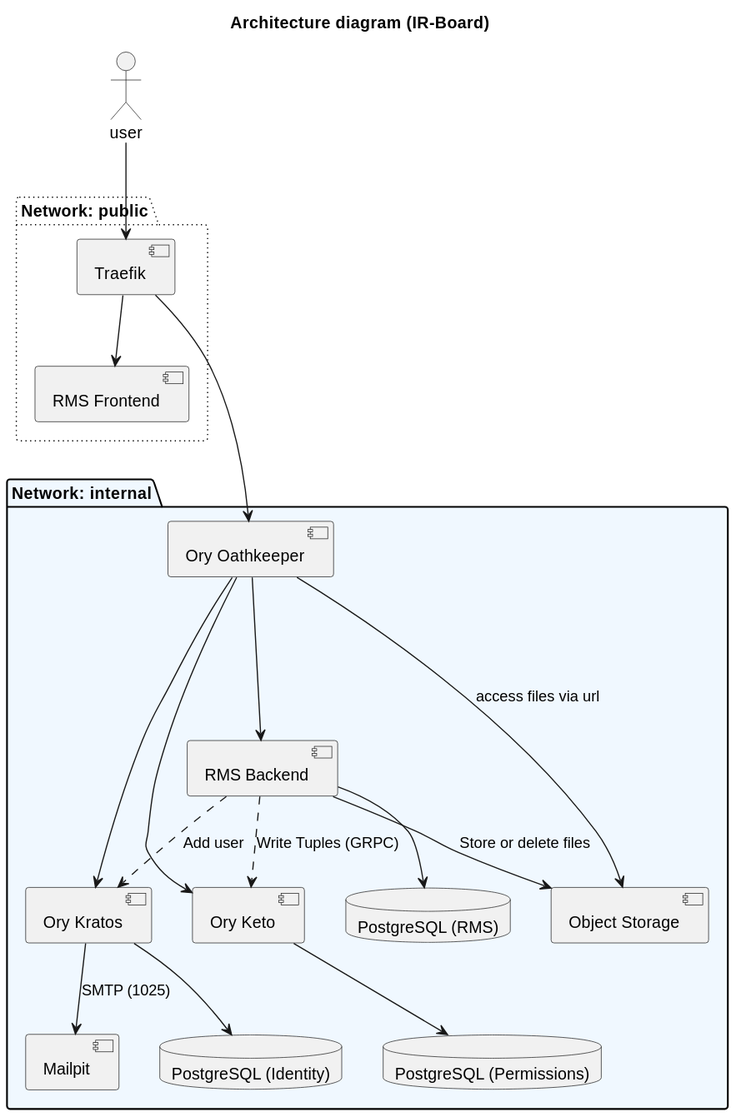
The PlantUML diagram docs/assets/diagrams/ArchitectureC2.svg in Y4vra/IRBoard, before a commit.
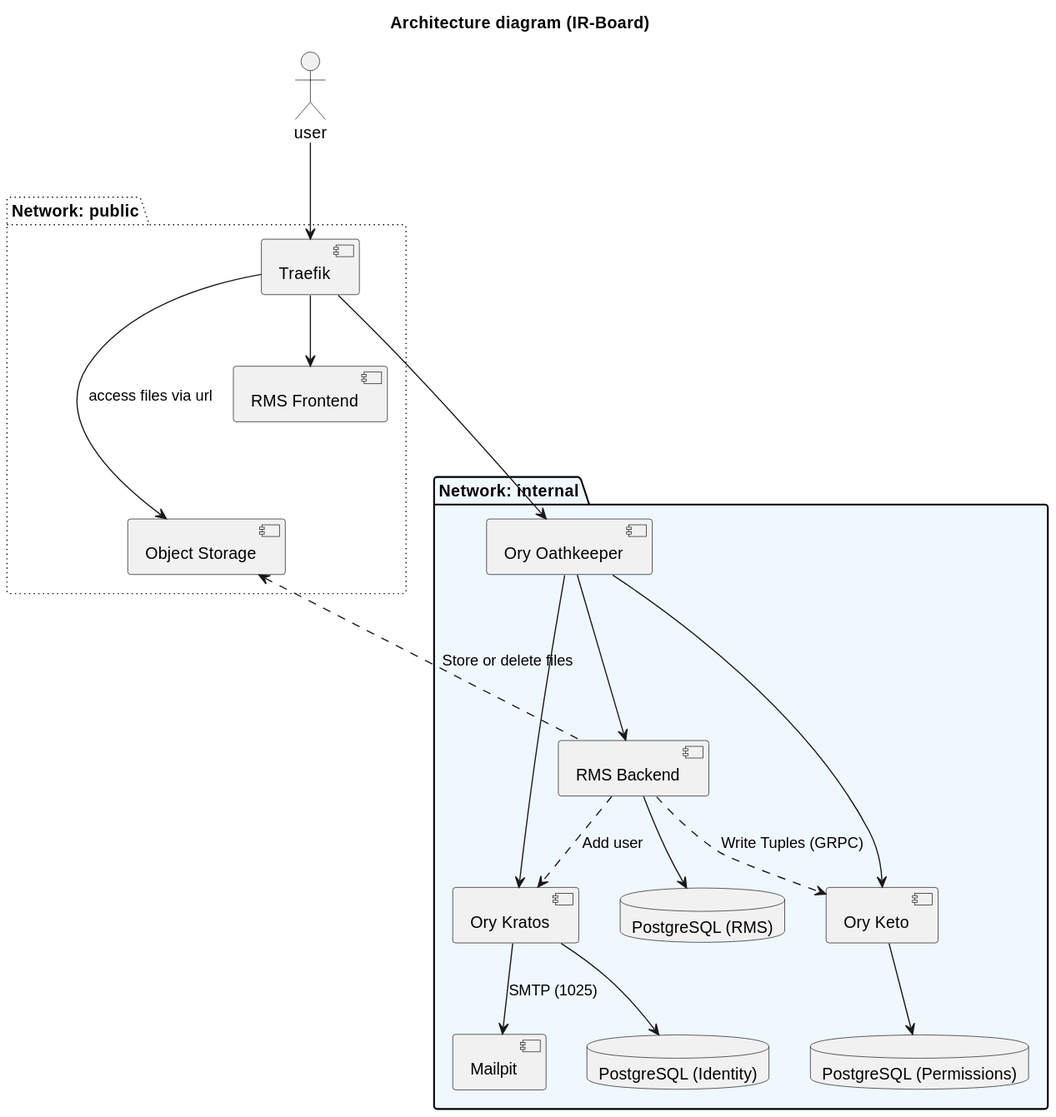
The same file after the commit.

Commit message:
feat: separates the object storage from the internal network

The edit, as a diff of the source:
```diff
@@ -6,6 +6,7 @@
 package "Network: public" #line.dotted {
     [RMS Frontend] as front
     [Traefik] as gateway
+    [Object Storage] as minio
 }
 
 package "Network: internal" #AliceBlue {
@@ -14,7 +15,6 @@
     [Ory Keto] as keto
     [RMS Backend] as backend
     [Mailpit] as mail
-    [Object Storage] as minio
 
     database "PostgreSQL (RMS)" as db_rms
     database "PostgreSQL (Identity)" as db_auth
@@ -24,18 +24,18 @@
 user -down-> gateway
 gateway -down-> front
 gateway -down--> proxy
+gateway -down--> minio : access files via url
 
 proxy ---> kratos
 proxy ---> keto
 
 proxy -down--> backend
-proxy -down--> minio : access files via url
 
 kratos --> mail : SMTP (1025)
 
 backend ..> keto : Write Tuples (GRPC)
 backend ..> kratos : Add user
-backend --> minio : Store or delete files
+backend .up..> minio : Store or delete files
 
 backend -down-> db_rms
 kratos -down-> db_auth
```
